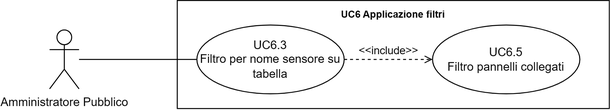
SWATEngineering/Docs keeps this draw.io diagram as src/3_PB/AnalisiDeiRequisiti/assets/UML/UC6.3_Filtro-per-nome-sensore-su-tabella.png. Above is the earlier version. Source tidied: cells renumbered, new cells last; positions are measured from the earlier drawing's top-left corner, leaving out a move shared by most shapes.
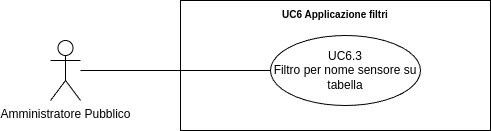
Above is the later version.

Diff of the diagram source:
```diff
@@ -6,19 +6,13 @@
       <mxGeometry y="30" width="30" height="60" as="geometry" />
     </mxCell>
     <mxCell id="3" value="&lt;b style=&quot;border-color: var(--border-color); font-size: 10px;&quot;&gt;UC6 Applicazione filtri&lt;/b&gt;" style="shape=rect;html=1;verticalAlign=top;fontStyle=1;whiteSpace=wrap;align=center;" parent="1" vertex="1">
-      <mxGeometry x="130" width="440" height="110" as="geometry" />
+      <mxGeometry x="130" y="-10" width="310" height="130" as="geometry" />
     </mxCell>
     <mxCell id="4" value="UC6.3&lt;br&gt;Filtro per nome sensore su tabella" style="ellipse;whiteSpace=wrap;html=1;" parent="1" vertex="1">
-      <mxGeometry x="150" y="25" width="150" height="70" as="geometry" />
+      <mxGeometry x="220" y="25" width="150" height="70" as="geometry" />
     </mxCell>
     <mxCell id="5" style="edgeStyle=none;html=1;endArrow=none;verticalAlign=bottom;rounded=0;" parent="1" edge="1" source="2" target="4">
       <mxGeometry relative="1" as="geometry" />
     </mxCell>
-    <mxCell id="6" value="UC6.5&lt;br&gt;Filtro pannelli collegati" style="ellipse;whiteSpace=wrap;html=1;" parent="1" vertex="1">
-      <mxGeometry x="390" y="25" width="150" height="70" as="geometry" />
-    </mxCell>
-    <mxCell id="7" value="&amp;lt;&amp;lt;include&amp;gt;&amp;gt;" style="edgeStyle=none;html=1;endArrow=open;verticalAlign=bottom;dashed=1;labelBackgroundColor=none;rounded=0;" parent="1" edge="1" source="4" target="6">
-      <mxGeometry relative="1" as="geometry" />
-    </mxCell>
   </root>
 </mxGraphModel>
```
